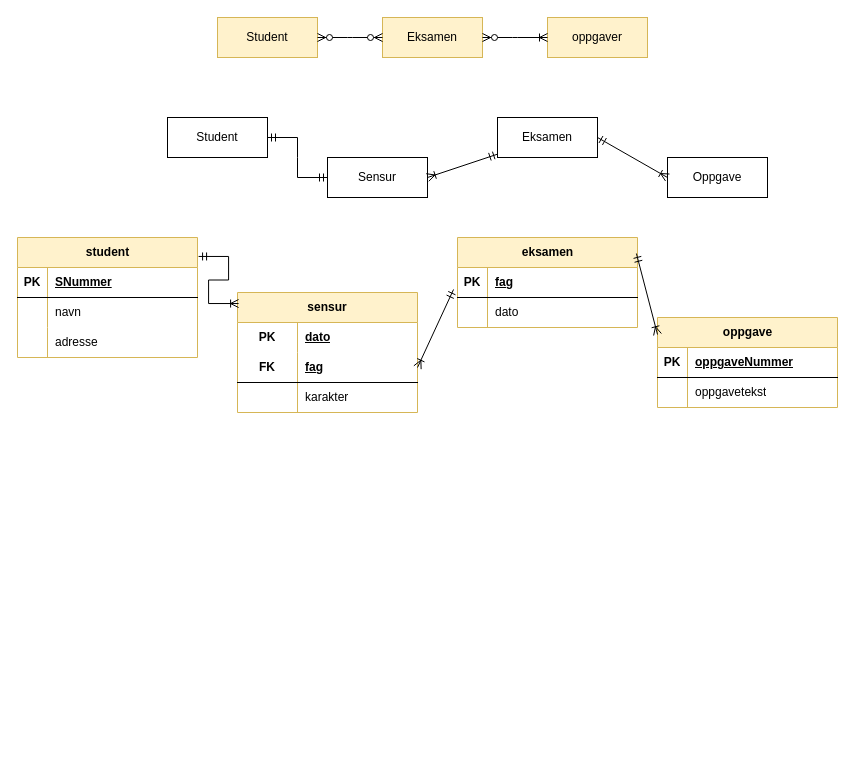
The draw.io diagram klasserom Diagram.drawio in angeclara/ER101, before the edit. Source tidied: cells renumbered, new cells numbered last; positions are measured from the earlier drawing's top-left corner, leaving out a move shared by most shapes. Both pictures are drawn from the tidied source at 100%, with x=0, y=0 at pixel (17, 17).
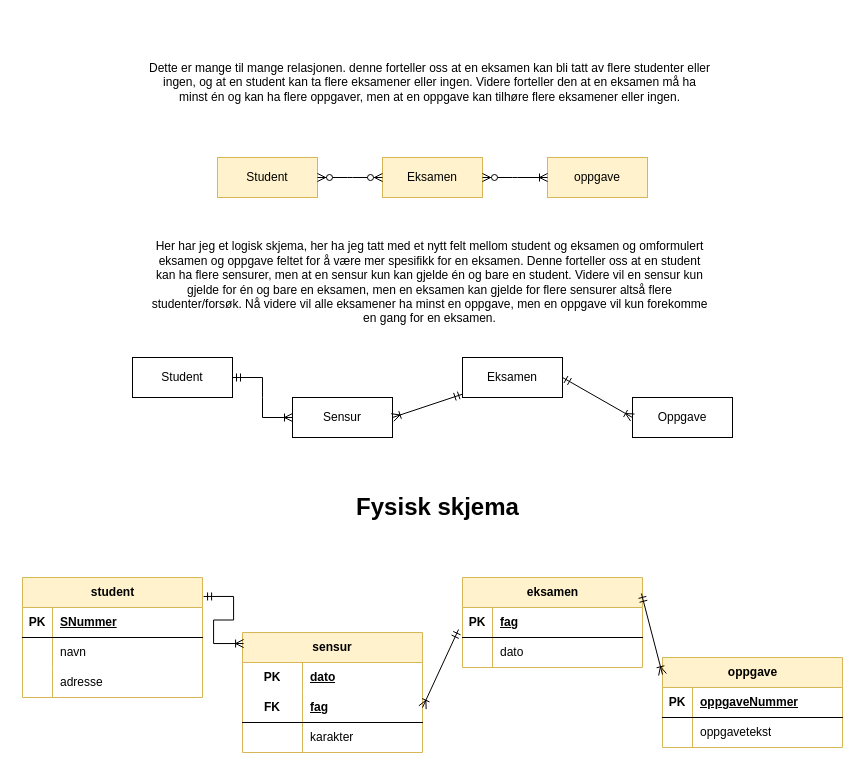
After the change.

Diff of the diagram source:
```diff
@@
     <mxCell id="2" value="Student" style="whiteSpace=wrap;html=1;align=center;fillColor=#fff2cc;strokeColor=#d6b656;" parent="1" vertex="1">
-      <mxGeometry x="200" width="100" height="40" as="geometry" />
+      <mxGeometry x="200" y="140" width="100" height="40" as="geometry" />
     </mxCell>
     <mxCell id="3" value="Eksamen" style="whiteSpace=wrap;html=1;align=center;fillColor=#fff2cc;strokeColor=#d6b656;" parent="1" vertex="1">
-      <mxGeometry x="365" width="100" height="40" as="geometry" />
+      <mxGeometry x="365" y="140" width="100" height="40" as="geometry" />
     </mxCell>
-    <mxCell id="4" value="oppgaver" style="whiteSpace=wrap;html=1;align=center;fillColor=#fff2cc;strokeColor=#d6b656;" parent="1" vertex="1">
-      <mxGeometry x="530" width="100" height="40" as="geometry" />
+    <mxCell id="4" value="oppgave" style="whiteSpace=wrap;html=1;align=center;fillColor=#fff2cc;strokeColor=#d6b656;" parent="1" vertex="1">
+      <mxGeometry x="530" y="140" width="100" height="40" as="geometry" />
     </mxCell>
     <mxCell id="5" value="Oppgave" style="whiteSpace=wrap;html=1;align=center;" parent="1" vertex="1">
-      <mxGeometry x="650" y="140" width="100" height="40" as="geometry" />
+      <mxGeometry x="615" y="380" width="100" height="40" as="geometry" />
     </mxCell>
     <mxCell id="6" value="Eksamen" style="whiteSpace=wrap;html=1;align=center;" parent="1" vertex="1">
-      <mxGeometry x="480" y="100" width="100" height="40" as="geometry" />
+      <mxGeometry x="445" y="340" width="100" height="40" as="geometry" />
     </mxCell>
     <mxCell id="7" value="Sensur" style="whiteSpace=wrap;html=1;align=center;" parent="1" vertex="1">
-      <mxGeometry x="310" y="140" width="100" height="40" as="geometry" />
+      <mxGeometry x="275" y="380" width="100" height="40" as="geometry" />
     </mxCell>
     <mxCell id="8" value="Student" style="whiteSpace=wrap;html=1;align=center;" parent="1" vertex="1">
-      <mxGeometry x="150" y="100" width="100" height="40" as="geometry" />
+      <mxGeometry x="115" y="340" width="100" height="40" as="geometry" />
     </mxCell>
@@
     <mxCell id="12" value="student" style="shape=table;startSize=30;childLayout=tableLayout;rowLines=0;fontStyle=1;align=center;html=1;fillColor=#fff2cc;strokeColor=#d6b656;" parent="1" vertex="1">
-      <mxGeometry y="220" width="180" height="120" as="geometry" />
+      <mxGeometry x="5" y="560" width="180" height="120" as="geometry" />
     </mxCell>
@@
     <mxCell id="22" value="eksamen" style="shape=table;startSize=30;childLayout=tableLayout;rowLines=0;fontStyle=1;align=center;html=1;fillColor=#fff2cc;strokeColor=#d6b656;" parent="1" vertex="1">
-      <mxGeometry x="440" y="220" width="180" height="90" as="geometry" />
+      <mxGeometry x="445" y="560" width="180" height="90" as="geometry" />
     </mxCell>
@@
     <mxCell id="29" value="oppgave" style="shape=table;startSize=30;childLayout=tableLayout;rowLines=0;fontStyle=1;align=center;html=1;fillColor=#fff2cc;strokeColor=#d6b656;" parent="1" vertex="1">
-      <mxGeometry x="640" y="300" width="180" height="90" as="geometry" />
+      <mxGeometry x="645" y="640" width="180" height="90" as="geometry" />
     </mxCell>
@@
     <mxCell id="36" value="sensur" style="shape=table;startSize=30;childLayout=tableLayout;rowLines=0;fontStyle=1;align=center;html=1;whiteSpace=wrap;fillColor=#fff2cc;strokeColor=#d6b656;" parent="1" vertex="1">
-      <mxGeometry x="220" y="275" width="180" height="120" as="geometry" />
+      <mxGeometry x="225" y="615" width="180" height="120" as="geometry" />
     </mxCell>
@@
-    <mxCell id="46" style="edgeStyle=entityRelationEdgeStyle;fontSize=12;html=1;endArrow=ERmandOne;startArrow=ERmandOne;rounded=0;exitX=1;exitY=0.5;exitDx=0;exitDy=0;entryX=0;entryY=0.5;entryDx=0;entryDy=0;" parent="1" edge="1" source="8" target="7">
+    <mxCell id="46" style="edgeStyle=entityRelationEdgeStyle;fontSize=12;html=1;endArrow=ERoneToMany;startArrow=ERmandOne;rounded=0;exitX=1;exitY=0.5;exitDx=0;exitDy=0;entryX=0;entryY=0.5;entryDx=0;entryDy=0;endFill=0;" parent="1" edge="1" source="8" target="7">
       <mxGeometry relative="1" as="geometry" />
     </mxCell>
@@
+    <mxCell id="51" value="Dette er mange til mange relasjonen. denne forteller oss at en eksamen kan bli tatt av flere studenter eller ingen, og at en student kan ta flere eksamener eller ingen. Videre forteller den at en eksamen må ha minst én og kan ha flere oppgaver, men at en oppgave kan tilhøre flere eksamener eller ingen." style="text;html=1;strokeColor=none;fillColor=none;align=center;verticalAlign=middle;whiteSpace=wrap;overflow=hidden;" parent="1" vertex="1">
+      <mxGeometry x="130" y="40" width="565" height="50" as="geometry" />
+    </mxCell>
+    <mxCell id="52" value="Her har jeg et logisk skjema, her ha jeg tatt med et nytt felt mellom student og eksamen og omformulert eksamen og oppgave feltet for å være mer spesifikk for en eksamen. Denne forteller oss at en student kan ha flere sensurer, men at en sensur kun kan gjelde én og bare en student. Videre vil en sensur kun gjelde for én og bare en eksamen, men en eksamen kan gjelde for flere sensurer altså flere studenter/forsøk. Nå videre vil alle eksamener ha minst en oppgave, men en oppgave vil kun forekomme en gang for en eksamen." style="text;html=1;strokeColor=none;fillColor=none;align=center;verticalAlign=middle;whiteSpace=wrap;overflow=hidden;" parent="1" vertex="1">
+      <mxGeometry x="130" y="210" width="565" height="110" as="geometry" />
+    </mxCell>
+    <mxCell id="53" value="Fysisk skjema" style="text;strokeColor=none;fillColor=none;html=1;fontSize=24;fontStyle=1;verticalAlign=middle;align=center;" parent="1" vertex="1">
+      <mxGeometry x="310" y="480" width="220" height="20" as="geometry" />
+    </mxCell>
```
